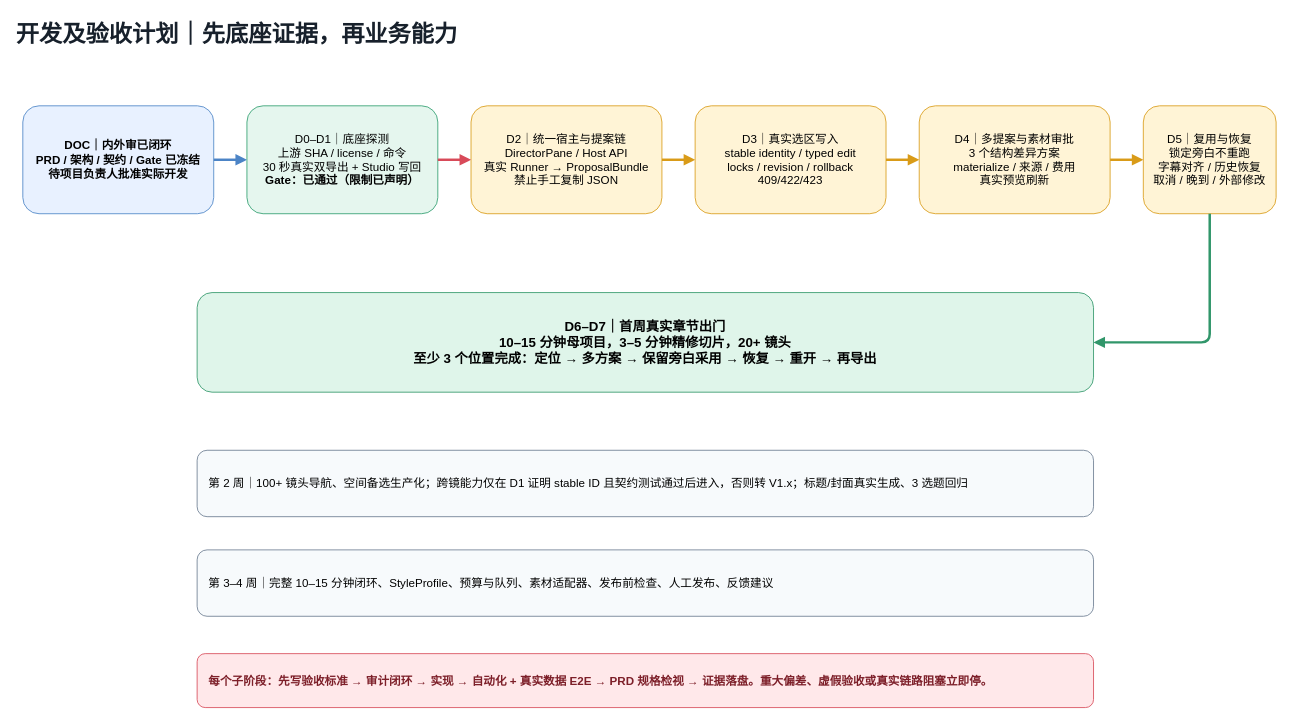
The draw.io diagram page "05_开发计划" (5 of 7) of docs/Narralens-V1-Development-GAP.drawio in ljx418/Narralens, before the edit. Source tidied: cells renumbered, new cells numbered last; positions are measured from the earlier drawing's top-left corner, leaving out a move shared by most shapes. Both pictures are drawn from the tidied source at 83%, with x=0, y=0 at pixel (14, 14).
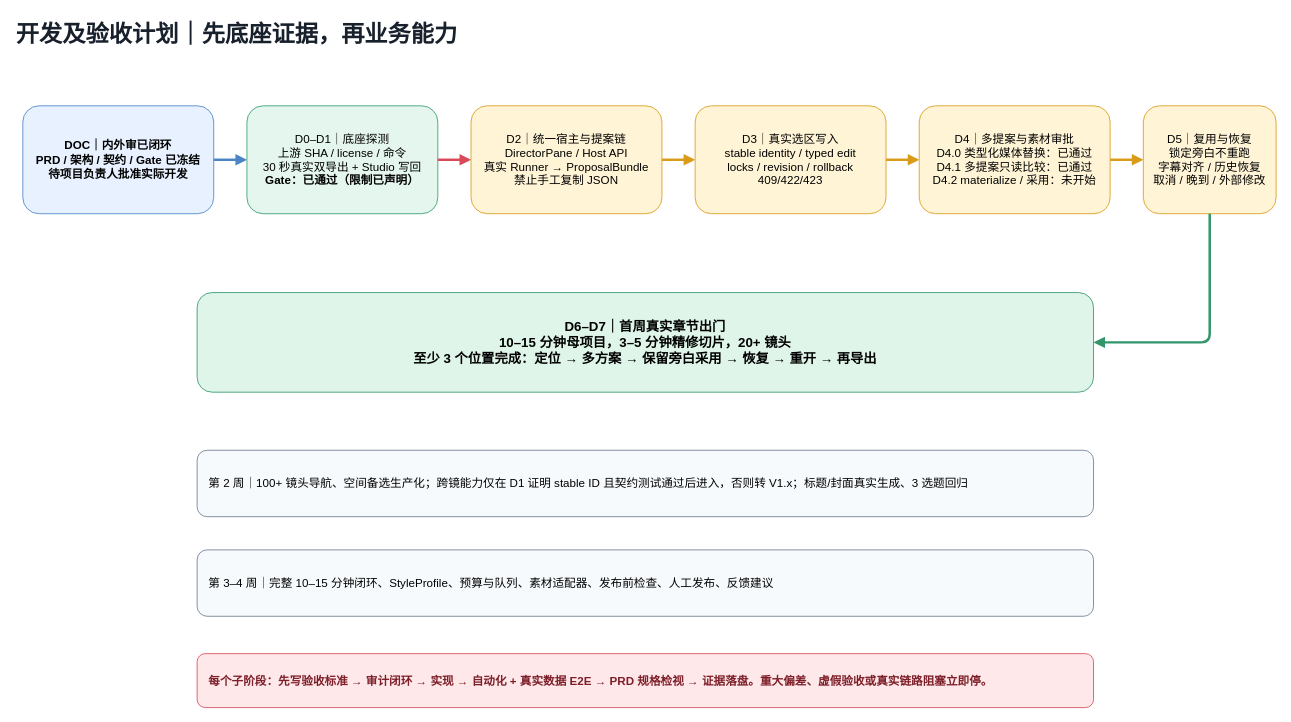
After the change.

What changed in the source:
```diff
@@
 <mxGraphModel>
   <root>
     <mxCell id="0" />
     <mxCell id="1" parent="0" />
     <mxCell id="2" value="开发及验收计划｜先底座证据，再业务能力" style="text;html=1;fontSize=28;fontStyle=1;fontColor=#17202B;" parent="1" vertex="1">
       <mxGeometry width="1000" height="50" as="geometry" />
     </mxCell>
     <mxCell id="3" value="DOC｜内外审已闭环&lt;br&gt;PRD / 架构 / 契约 / Gate 已冻结&lt;br&gt;待项目负责人批准实际开发" style="rounded=1;whiteSpace=wrap;html=1;fillColor=#E8F1FF;strokeColor=#4C84C6;fontSize=14;fontStyle=1;" parent="1" vertex="1">
       <mxGeometry x="10" y="110" width="230" height="130" as="geometry" />
     </mxCell>
     <mxCell id="4" value="D0–D1｜底座探测&lt;br&gt;上游 SHA / license / 命令&lt;br&gt;30 秒真实双导出 + Studio 写回&lt;br&gt;&lt;b&gt;Gate：已通过（限制已声明）&lt;/b&gt;" style="rounded=1;whiteSpace=wrap;html=1;fillColor=#E5F6EE;strokeColor=#2E9D6E;fontSize=14;" parent="1" vertex="1">
       <mxGeometry x="280" y="110" width="230" height="130" as="geometry" />
     </mxCell>
     <mxCell id="5" value="D2｜统一宿主与提案链&lt;br&gt;DirectorPane / Host API&lt;br&gt;真实 Runner → ProposalBundle&lt;br&gt;禁止手工复制 JSON" style="rounded=1;whiteSpace=wrap;html=1;fillColor=#FFF4D6;strokeColor=#D99B18;fontSize=14;" parent="1" vertex="1">
       <mxGeometry x="550" y="110" width="230" height="130" as="geometry" />
     </mxCell>
     <mxCell id="6" value="D3｜真实选区写入&lt;br&gt;stable identity / typed edit&lt;br&gt;locks / revision / rollback&lt;br&gt;409/422/423" style="rounded=1;whiteSpace=wrap;html=1;fillColor=#FFF4D6;strokeColor=#D99B18;fontSize=14;" parent="1" vertex="1">
       <mxGeometry x="820" y="110" width="230" height="130" as="geometry" />
     </mxCell>
-    <mxCell id="7" value="D4｜多提案与素材审批&lt;br&gt;3 个结构差异方案&lt;br&gt;materialize / 来源 / 费用&lt;br&gt;真实预览刷新" style="rounded=1;whiteSpace=wrap;html=1;fillColor=#FFF4D6;strokeColor=#D99B18;fontSize=14;" parent="1" vertex="1">
+    <mxCell id="7" value="D4｜多提案与素材审批&lt;br&gt;D4.0 类型化媒体替换：已通过&lt;br&gt;D4.1 多提案只读比较：已通过&lt;br&gt;D4.2 materialize / 采用：未开始" style="rounded=1;whiteSpace=wrap;html=1;fillColor=#FFF4D6;strokeColor=#D99B18;fontSize=14;" parent="1" vertex="1">
       <mxGeometry x="1090" y="110" width="230" height="130" as="geometry" />
     </mxCell>
     <mxCell id="8" value="D5｜复用与恢复&lt;br&gt;锁定旁白不重跑&lt;br&gt;字幕对齐 / 历史恢复&lt;br&gt;取消 / 晚到 / 外部修改" style="rounded=1;whiteSpace=wrap;html=1;fillColor=#FFF4D6;strokeColor=#D99B18;fontSize=14;" parent="1" vertex="1">
       <mxGeometry x="1360" y="110" width="160" height="130" as="geometry" />
     </mxCell>
     <mxCell id="9" style="edgeStyle=orthogonalEdgeStyle;html=1;strokeColor=#4C84C6;strokeWidth=3;endArrow=block;" parent="1" edge="1" source="3" target="4">
       <mxGeometry relative="1" as="geometry" />
     </mxCell>
     <mxCell id="10" style="edgeStyle=orthogonalEdgeStyle;html=1;strokeColor=#D84A59;strokeWidth=3;endArrow=block;" parent="1" edge="1" source="4" target="5">
       <mxGeometry relative="1" as="geometry" />
     </mxCell>
     <mxCell id="11" style="edgeStyle=orthogonalEdgeStyle;html=1;strokeColor=#D99B18;strokeWidth=3;endArrow=block;" parent="1" edge="1" source="5" target="6">
       <mxGeometry relative="1" as="geometry" />
     </mxCell>
     <mxCell id="12" style="edgeStyle=orthogonalEdgeStyle;html=1;strokeColor=#D99B18;strokeWidth=3;endArrow=block;" parent="1" edge="1" source="6" target="7">
       <mxGeometry relative="1" as="geometry" />
     </mxCell>
     <mxCell id="13" style="edgeStyle=orthogonalEdgeStyle;html=1;strokeColor=#D99B18;strokeWidth=3;endArrow=block;" parent="1" edge="1" source="7" target="8">
       <mxGeometry relative="1" as="geometry" />
     </mxCell>
     <mxCell id="14" value="D6–D7｜首周真实章节出门&lt;br&gt;10–15 分钟母项目，3–5 分钟精修切片，20+ 镜头&lt;br&gt;至少 3 个位置完成：定位 → 多方案 → 保留旁白采用 → 恢复 → 重开 → 再导出" style="rounded=1;whiteSpace=wrap;html=1;fillColor=#DFF5EA;strokeColor=#31966A;fontSize=16;fontStyle=1;" parent="1" vertex="1">
       <mxGeometry x="220" y="335" width="1080" height="120" as="geometry" />
     </mxCell>
     <mxCell id="15" style="edgeStyle=orthogonalEdgeStyle;html=1;strokeColor=#31966A;strokeWidth=3;endArrow=block;exitX=0.5;exitY=1;entryX=1;entryY=0.5;" parent="1" edge="1" source="8" target="14">
       <mxGeometry relative="1" as="geometry" />
     </mxCell>
     <mxCell id="16" value="第 2 周｜100+ 镜头导航、空间备选生产化；跨镜能力仅在 D1 证明 stable ID 且契约测试通过后进入，否则转 V1.x；标题/封面真实生成、3 选题回归" style="rounded=1;whiteSpace=wrap;html=1;fillColor=#F7FAFC;strokeColor=#6B7C90;fontSize=14;align=left;spacing=14;" parent="1" vertex="1">
       <mxGeometry x="220" y="525" width="1080" height="80" as="geometry" />
     </mxCell>
     <mxCell id="17" value="第 3–4 周｜完整 10–15 分钟闭环、StyleProfile、预算与队列、素材适配器、发布前检查、人工发布、反馈建议" style="rounded=1;whiteSpace=wrap;html=1;fillColor=#F7FAFC;strokeColor=#6B7C90;fontSize=14;align=left;spacing=14;" parent="1" vertex="1">
       <mxGeometry x="220" y="645" width="1080" height="80" as="geometry" />
     </mxCell>
     <mxCell id="18" value="每个子阶段：先写验收标准 → 审计闭环 → 实现 → 自动化 + 真实数据 E2E → PRD 规格检视 → 证据落盘。重大偏差、虚假验收或真实链路阻塞立即停。" style="rounded=1;whiteSpace=wrap;html=1;fillColor=#FFE8EA;strokeColor=#D84A59;fontColor=#7D1F29;fontSize=14;fontStyle=1;align=left;spacing=14;" parent="1" vertex="1">
       <mxGeometry x="220" y="770" width="1080" height="65" as="geometry" />
     </mxCell>
   </root>
 </mxGraphModel>
```
